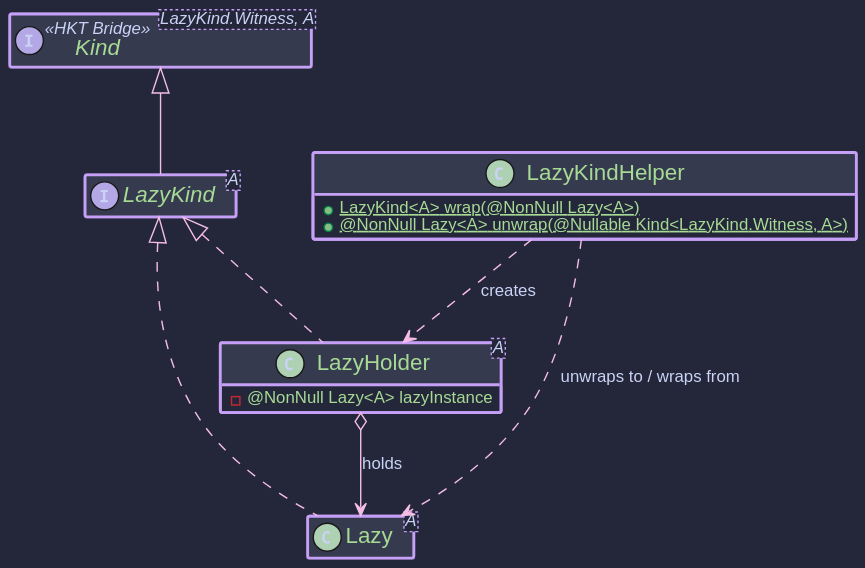
The PlantUML diagram hkj-book/src/images/puml/lazy_kind.svg in higher-kinded-j/higher-kinded-j, before a commit.
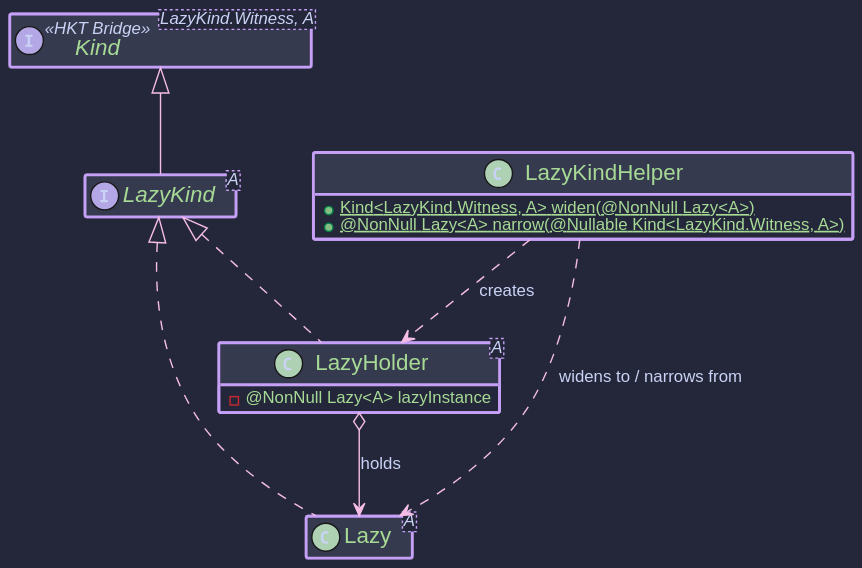
The same diagram one commit later.

The edit, as a diff of the source:
```diff
@@ -13,8 +13,8 @@
 
 
 class LazyKindHelper {
-+ {static} LazyKind<A> wrap(@NonNull Lazy<A>)
-+ {static} @NonNull Lazy<A> unwrap(@Nullable Kind<LazyKind.Witness, A>)
++ {static} Kind<LazyKind.Witness, A> widen(@NonNull Lazy<A>)
++ {static} @NonNull Lazy<A> narrow(@Nullable Kind<LazyKind.Witness, A>)
 }
 
 class LazyHolder<A> implements LazyKind<A> {
@@ -22,6 +22,6 @@
 }
 
 LazyKindHelper ..> LazyHolder : creates
-LazyKindHelper ..> Lazy : unwraps to / wraps from
+LazyKindHelper ..> Lazy : widens to / narrows from
 LazyHolder o--> Lazy : holds
 @enduml
```
